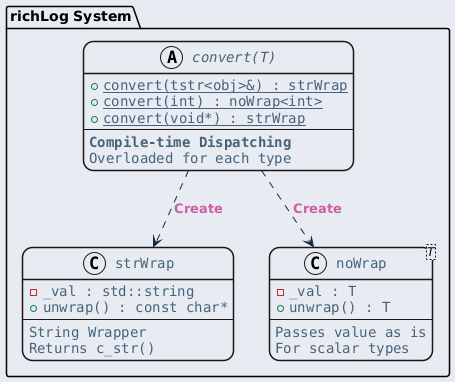
The PlantUML diagram ref/generated/ko/inline_umlgraph_5.png in byeolang/website, before a commit.
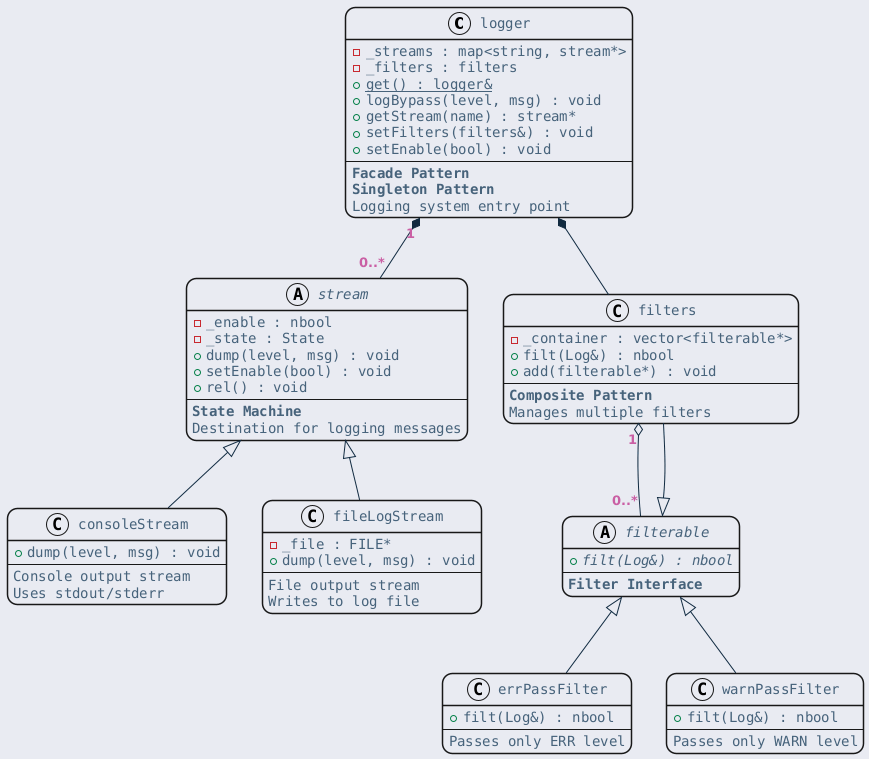
The same diagram one commit later.

The edit, as a diff of the source:
```diff
@@ -23,33 +23,82 @@
     }
 }
 </style>
-package "richLog System" {
-    abstract class "convert(T)" as convert {
-        + {static} convert(tstr<obj>&) : strWrap
-        + {static} convert(int) : noWrap<int>
-        + {static} convert(void*) : strWrap
-        --
-        <b>Compile-time Dispatching</b>
-        Overloaded for each type
-    }
-
-    class strWrap {
-        - _val : std::string
-        + unwrap() : const char*
-        --
-        String Wrapper
-        Returns c_str()
-    }
-
-    class "noWrap<T>" as noWrap {
-        - _val : T
-        + unwrap() : T
-        --
-        Passes value as is
-        For scalar types
-    }
+class logger {
+    - _streams : map<string, stream*>
+    - _filters : filters
+    + {static} get() : logger&
+    + logBypass(level, msg) : void
+    + getStream(name) : stream*
+    + setFilters(filters&) : void
+    + setEnable(bool) : void
+    --
+    <b>Facade Pattern</b>
+    <b>Singleton Pattern</b>
+    Logging system entry point
 }
 
-convert ..> strWrap : Create
-convert ..> noWrap : Create
+abstract class stream {
+    - _enable : nbool
+    - _state : State
+    + dump(level, msg) : void
+    + setEnable(bool) : void
+    + rel() : void
+    --
+    <b>State Machine</b>
+    Destination for logging messages
+}
+
+class consoleStream {
+    + dump(level, msg) : void
+    --
+    Console output stream
+    Uses stdout/stderr
+}
+
+class fileLogStream {
+    - _file : FILE*
+    + dump(level, msg) : void
+    --
+    File output stream
+    Writes to log file
+}
+
+abstract class filterable {
+    + {abstract} filt(Log&) : nbool
+    --
+    <b>Filter Interface</b>
+}
+
+class filters {
+    - _container : vector<filterable*>
+    + filt(Log&) : nbool
+    + add(filterable*) : void
+    --
+    <b>Composite Pattern</b>
+    Manages multiple filters
+}
+
+class errPassFilter {
+    + filt(Log&) : nbool
+    --
+    Passes only ERR level
+}
+
+class warnPassFilter {
+    + filt(Log&) : nbool
+    --
+    Passes only WARN level
+}
+
+logger "1" *-- "0..*" stream
+logger *-- filters
+
+stream <|-- consoleStream
+stream <|-- fileLogStream
+
+filterable <|-- filters
+filterable <|-- errPassFilter
+filterable <|-- warnPassFilter
+
+filters "1" o-- "0..*" filterable
 @enduml
```
